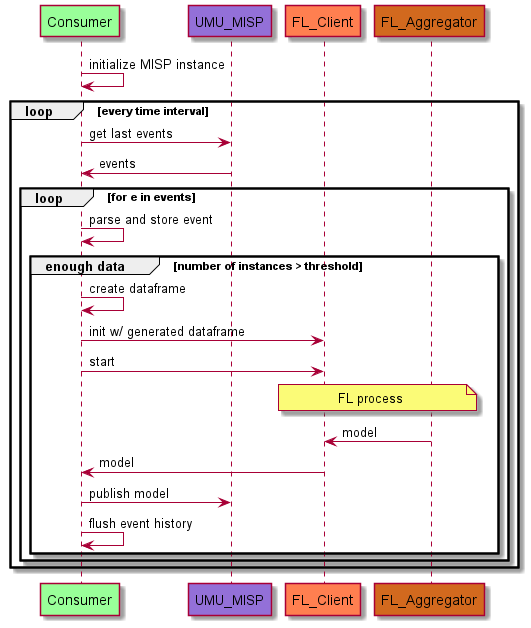
Above: images/seq_diagram_consumer.png in pablofs20/UMU-MISP-FL (PlantUML), before the change. The source it was exported from:
```plantuml
@startuml

participant Consumer #99FF99
participant UMU_MISP #MediumPurple
participant FL_Client #Coral
participant FL_Aggregator #Chocolate

Consumer->Consumer: initialize MISP instance

loop every time interval
   Consumer->UMU_MISP: get last events
   UMU_MISP->Consumer: events

   loop for e in events
     Consumer->Consumer: parse and store event

     group enough data [number of instances > threshold]
        Consumer->Consumer: create dataframe
        Consumer->FL_Client: init w/ generated dataframe
        Consumer->FL_Client: start
        note over FL_Client,FL_Aggregator: FL process
        FL_Aggregator->FL_Client: model
        FL_Client->Consumer: model
        Consumer->UMU_MISP: publish model
        Consumer->Consumer: flush event history
     end
   end
end
@enduml
```
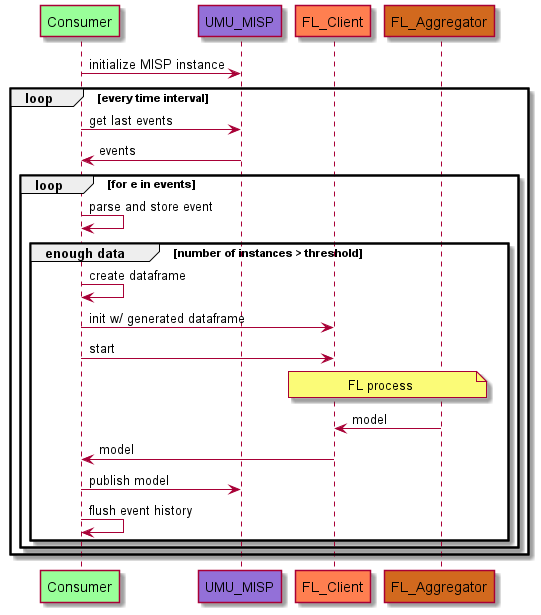
After the change.

Commit message:
modified readme sequence diagrams

Change to the diagram source:
```diff
@@ -5,7 +5,7 @@
 participant FL_Client #Coral
 participant FL_Aggregator #Chocolate
 
-Consumer->Consumer: initialize MISP instance
+Consumer->UMU_MISP: initialize MISP instance
 
 loop every time interval
    Consumer->UMU_MISP: get last events
```
